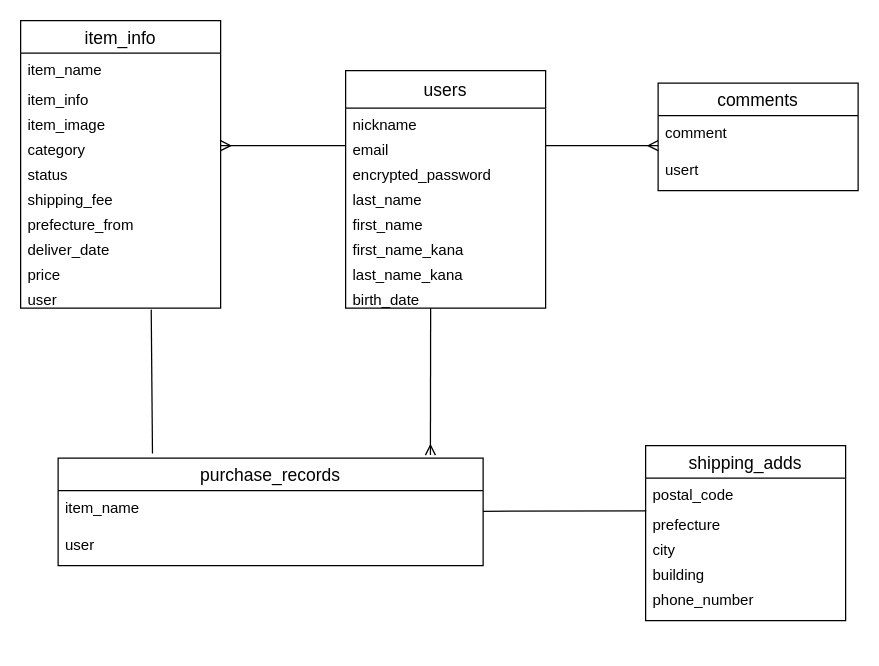
Above: furima.dio in aya05820/furima-38549 (draw.io), before the change. Source tidied: cells renumbered, new cells numbered last; positions are measured from the earlier drawing's top-left corner, leaving out a move shared by most shapes. Both pictures are drawn from the tidied source at 125%, with x=0, y=0 at pixel (20, 20).
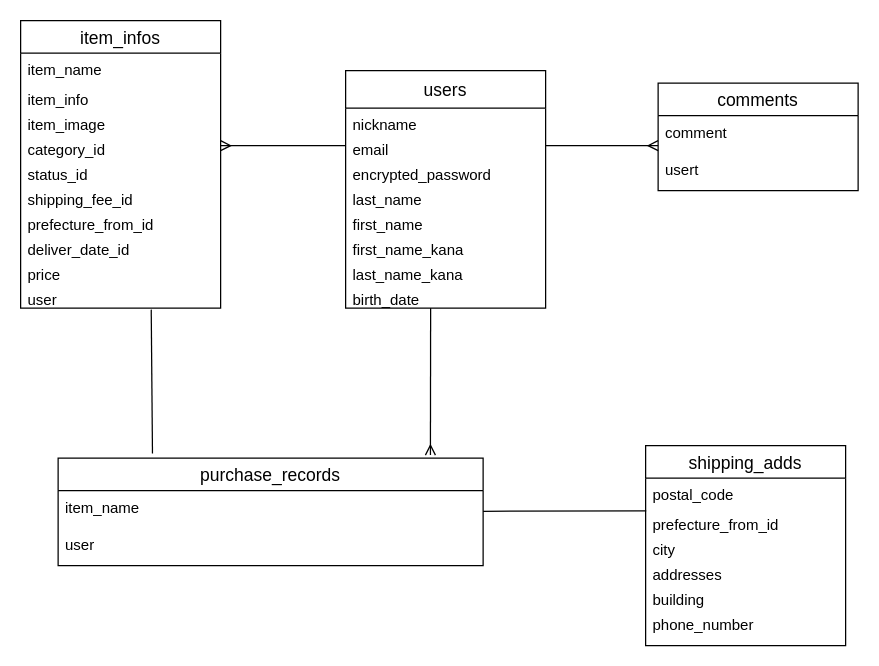
After the change.

Commit message (it also covers changes not shown here):
データベース設計　訂正1

The edit, as a diff of the source:
```diff
@@
-    <mxCell id="11" value="item_info" style="swimlane;fontStyle=0;horizontal=1;startSize=26;align=center;fontSize=14;" parent="1" vertex="1">
+    <mxCell id="11" value="item_infos" style="swimlane;fontStyle=0;horizontal=1;startSize=26;align=center;fontSize=14;" parent="1" vertex="1">
       <mxGeometry width="160" height="230" as="geometry" />
     </mxCell>
@@
-    <mxCell id="15" value="category" style="text;strokeColor=none;fillColor=none;spacingLeft=4;spacingRight=4;overflow=hidden;fontSize=12;" parent="11" vertex="1">
+    <mxCell id="15" value="category_id" style="text;strokeColor=none;fillColor=none;spacingLeft=4;spacingRight=4;overflow=hidden;fontSize=12;" parent="11" vertex="1">
       <mxGeometry y="90" width="160" height="20" as="geometry" />
     </mxCell>
-    <mxCell id="16" value="status" style="text;strokeColor=none;fillColor=none;spacingLeft=4;spacingRight=4;overflow=hidden;fontSize=12;" parent="11" vertex="1">
+    <mxCell id="16" value="status_id" style="text;strokeColor=none;fillColor=none;spacingLeft=4;spacingRight=4;overflow=hidden;fontSize=12;" parent="11" vertex="1">
       <mxGeometry y="110" width="160" height="20" as="geometry" />
     </mxCell>
-    <mxCell id="17" value="shipping_fee" style="text;strokeColor=none;fillColor=none;spacingLeft=4;spacingRight=4;overflow=hidden;fontSize=12;" parent="11" vertex="1">
+    <mxCell id="17" value="shipping_fee_id" style="text;strokeColor=none;fillColor=none;spacingLeft=4;spacingRight=4;overflow=hidden;fontSize=12;" parent="11" vertex="1">
       <mxGeometry y="130" width="160" height="20" as="geometry" />
     </mxCell>
-    <mxCell id="18" value="prefecture_from" style="text;strokeColor=none;fillColor=none;spacingLeft=4;spacingRight=4;overflow=hidden;fontSize=12;" parent="11" vertex="1">
+    <mxCell id="18" value="prefecture_from_id" style="text;strokeColor=none;fillColor=none;spacingLeft=4;spacingRight=4;overflow=hidden;fontSize=12;" parent="11" vertex="1">
       <mxGeometry y="150" width="160" height="20" as="geometry" />
     </mxCell>
-    <mxCell id="19" value="deliver_date" style="text;strokeColor=none;fillColor=none;spacingLeft=4;spacingRight=4;overflow=hidden;fontSize=12;" parent="11" vertex="1">
+    <mxCell id="19" value="deliver_date_id" style="text;strokeColor=none;fillColor=none;spacingLeft=4;spacingRight=4;overflow=hidden;fontSize=12;" parent="11" vertex="1">
       <mxGeometry y="170" width="160" height="20" as="geometry" />
     </mxCell>
@@
     <mxCell id="27" value="shipping_adds" style="swimlane;fontStyle=0;horizontal=1;startSize=26;align=center;fontSize=14;" parent="1" vertex="1">
-      <mxGeometry x="500" y="340" width="160" height="140" as="geometry" />
+      <mxGeometry x="500" y="340" width="160" height="160" as="geometry" />
     </mxCell>
@@
-    <mxCell id="29" value="prefecture" style="text;strokeColor=none;fillColor=none;spacingLeft=4;spacingRight=4;overflow=hidden;points=[[0,0.5],[1,0.5]];portConstraint=eastwest;fontSize=12;" parent="27" vertex="1">
+    <mxCell id="29" value="prefecture_from_id" style="text;strokeColor=none;fillColor=none;spacingLeft=4;spacingRight=4;overflow=hidden;points=[[0,0.5],[1,0.5]];portConstraint=eastwest;fontSize=12;" parent="27" vertex="1">
       <mxGeometry y="50" width="160" height="20" as="geometry" />
     </mxCell>
@@
+    <mxCell id="39" value="addresses" style="text;strokeColor=none;fillColor=none;spacingLeft=4;spacingRight=4;overflow=hidden;fontSize=12;" parent="27" vertex="1">
+      <mxGeometry y="90" width="160" height="20" as="geometry" />
+    </mxCell>
     <mxCell id="31" value="building" style="text;strokeColor=none;fillColor=none;spacingLeft=4;spacingRight=4;overflow=hidden;fontSize=12;" parent="27" vertex="1">
-      <mxGeometry y="90" width="160" height="20" as="geometry" />
+      <mxGeometry y="110" width="160" height="20" as="geometry" />
     </mxCell>
     <mxCell id="32" value="phone_number" style="text;strokeColor=none;fillColor=none;spacingLeft=4;spacingRight=4;overflow=hidden;fontSize=12;" parent="27" vertex="1">
-      <mxGeometry y="110" width="160" height="30" as="geometry" />
+      <mxGeometry y="130" width="160" height="30" as="geometry" />
     </mxCell>
```
